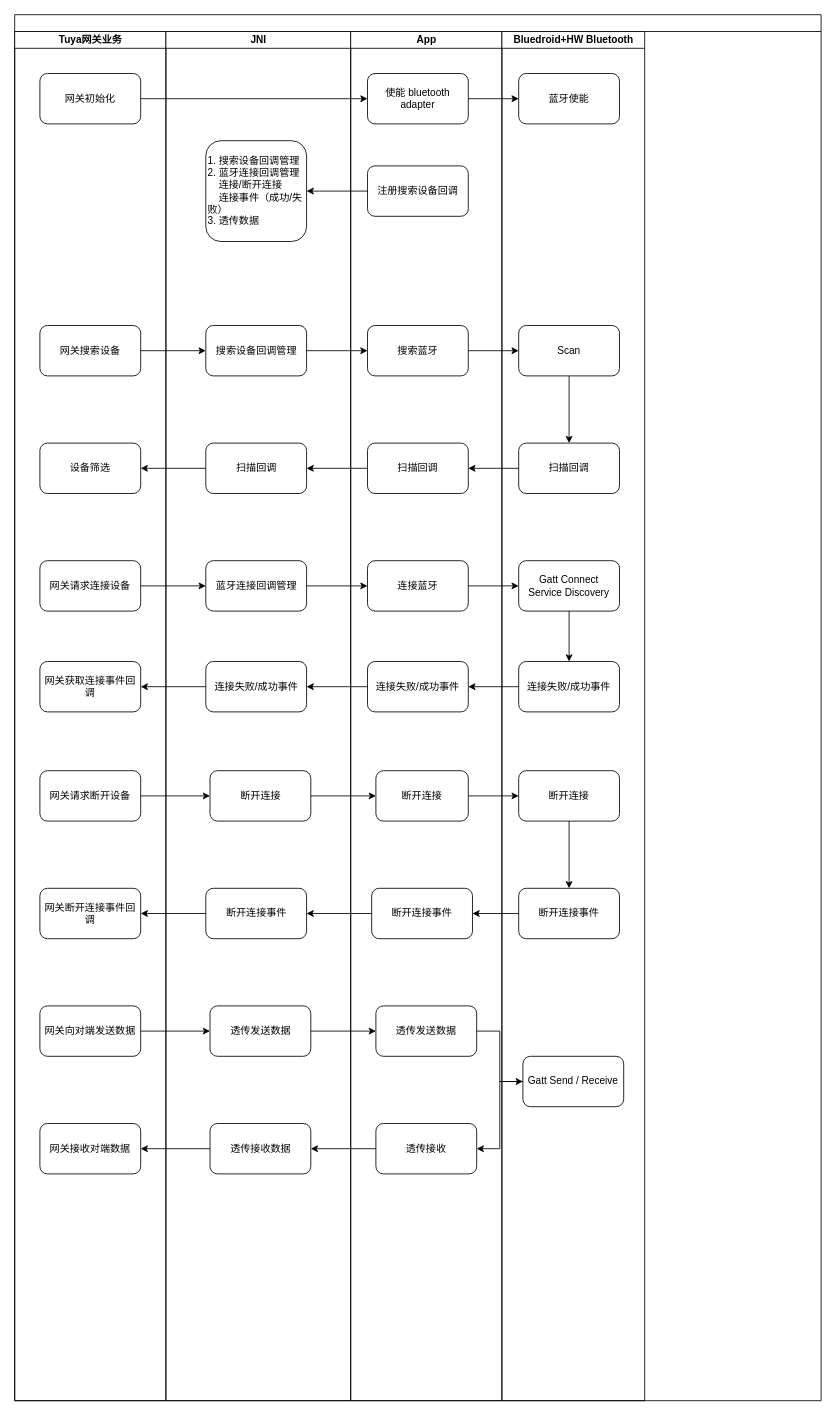
This is 未命名绘图.drawio from mimimumu/htmltest, a draw.io file, before an edit. Source tidied: cells renumbered, new cells numbered last; positions are measured from the earlier drawing's top-left corner, leaving out a move shared by most shapes. Both pictures are drawn from the tidied source at 84%, with x=0, y=0 at pixel (14, 14).
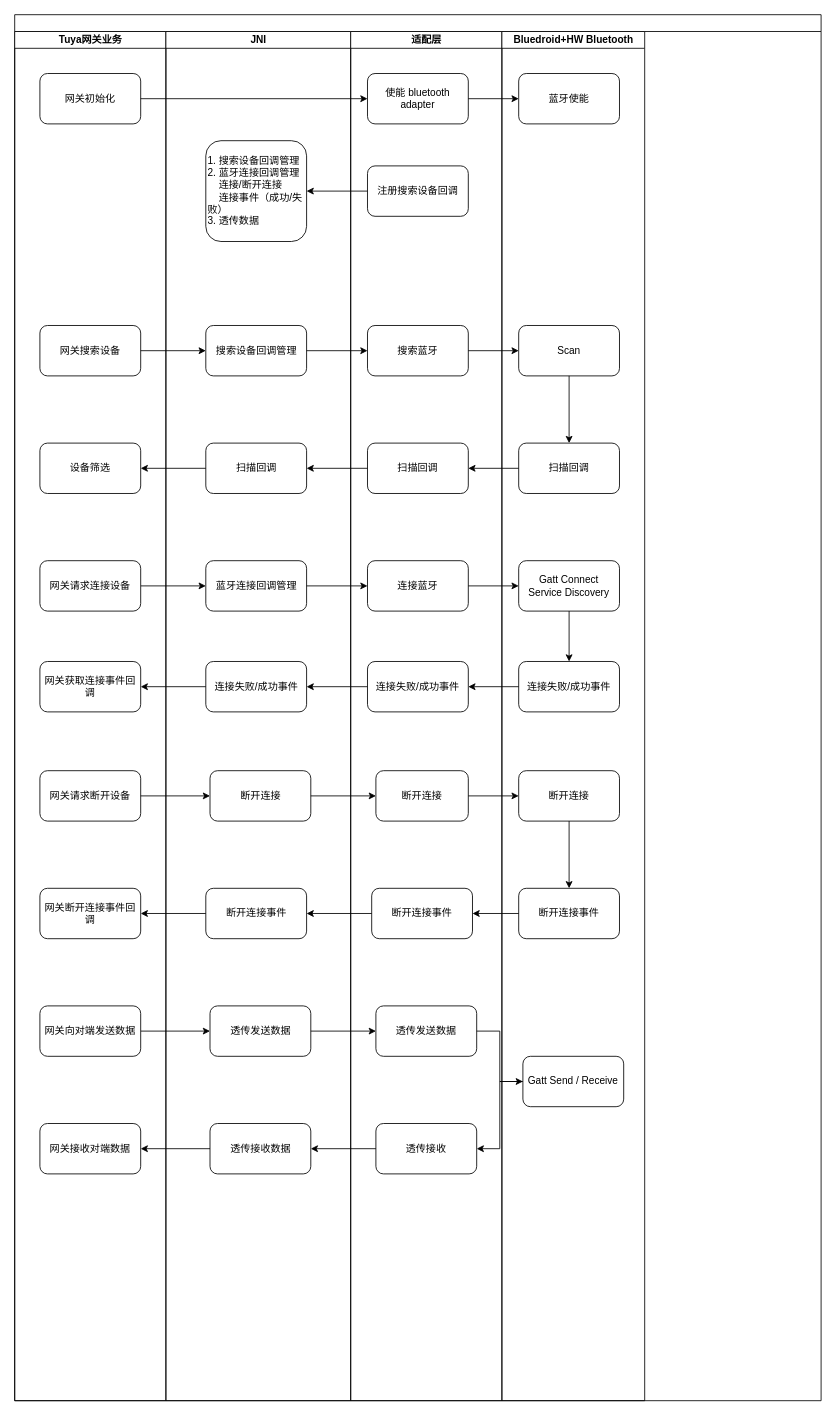
Above is the later version.

Commit message:
更新未命名绘图.drawio

The change refers to these unchanged cells:
```xml
<mxCell id="2" style="swimlane;html=1;startSize=20;rounded=0;shadow=0;labelBackgroundColor=none;strokeWidth=1;fontFamily=Verdana;fontSize=8;align=center;" parent="1" vertex="1">
  <mxGeometry width="960" height="1650" as="geometry" />
</mxCell>
```

The edit, as a diff of the source:
```diff
@@
-    <mxCell id="21" value="App" style="swimlane;html=1;startSize=20;" parent="2" vertex="1">
+    <mxCell id="21" value="适配层" style="swimlane;html=1;startSize=20;" parent="2" vertex="1">
       <mxGeometry x="400" y="20" width="180" height="1630" as="geometry" />
     </mxCell>
```
